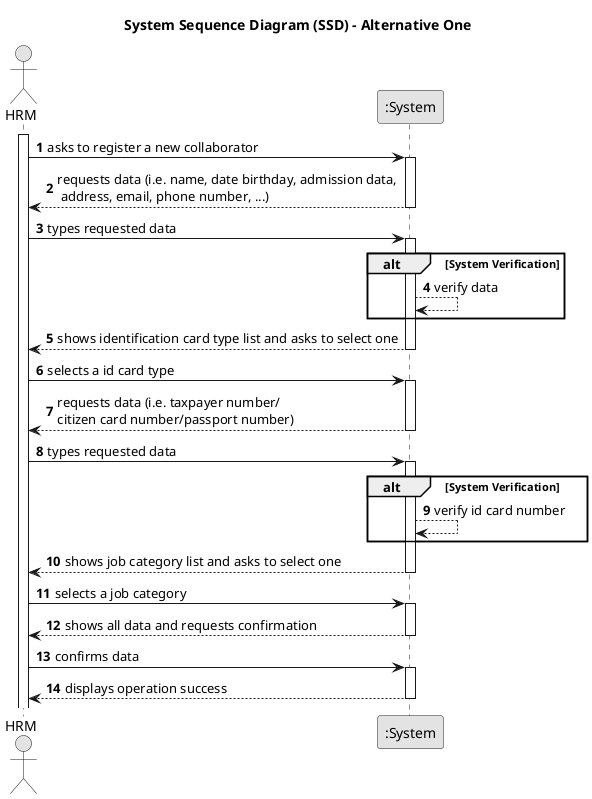
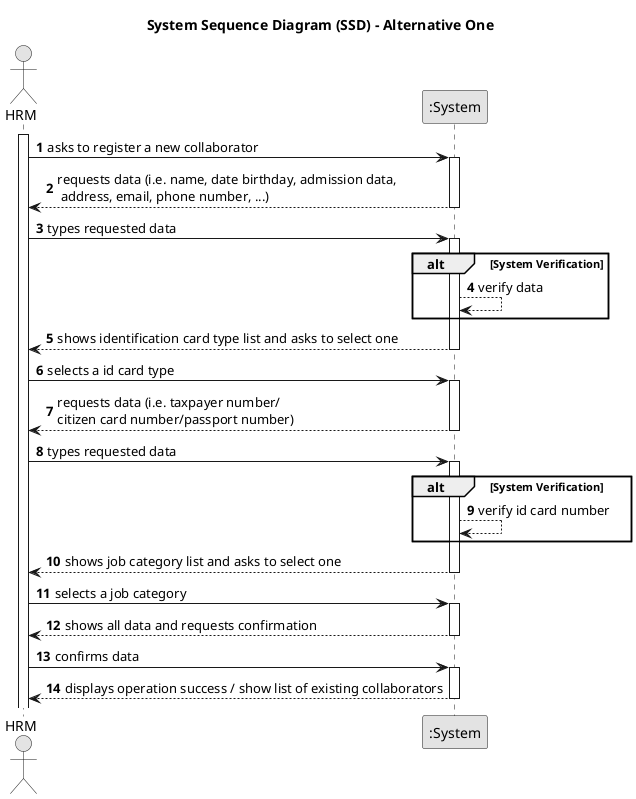
@startuml
skinparam monochrome true
skinparam packageStyle rectangle
skinparam shadowing false

title System Sequence Diagram (SSD) - Alternative One

autonumber

actor "HRM" as Manager
participant ":System" as System

activate Manager

    Manager -> System : asks to register a new collaborator
    activate System

        System --> Manager : requests data (i.e. name, date birthday, admission data,\n address, email, phone number, ...)
    deactivate System

   Manager  -> System : types requested data
    activate System

    alt System Verification
    System --> System  : verify data
    end

    System --> Manager  : shows identification card type list and asks to select one
        deactivate System

        Manager  -> System : selects a id card type
        activate System

     System --> Manager : requests data (i.e. taxpayer number/\ncitizen card number/passport number)
        deactivate System

       Manager  -> System : types requested data
        activate System

         alt System Verification
            System --> System  : verify id card number
            end

        System --> Manager  : shows job category list and asks to select one
    deactivate System

    Manager  -> System : selects a job category
    activate System

        System --> Manager  : shows all data and requests confirmation
    deactivate System

    Manager  -> System : confirms data
    activate System

-         System --> Manager : displays operation success
+         System --> Manager : displays operation success / show list of existing collaborators
    deactivate System

@enduml